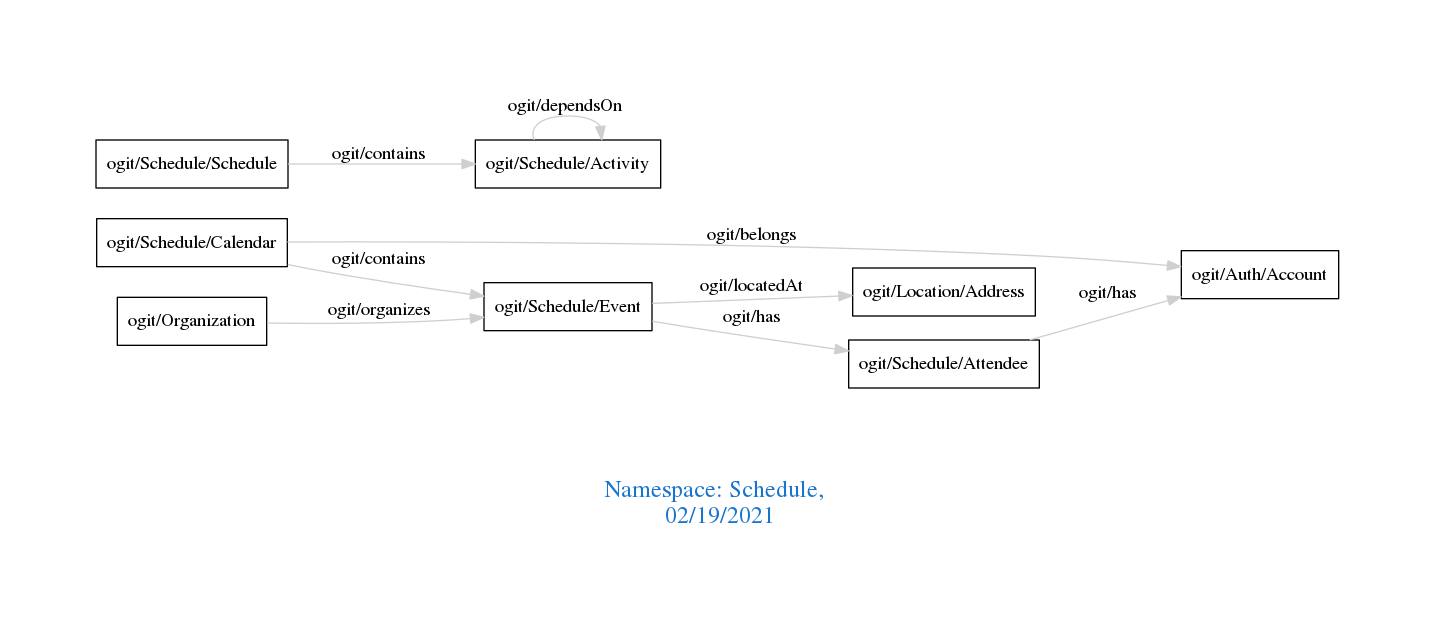
This is downloads/Schedule.png from arago/OGIT, a Graphviz export, as it was before one commit. Its source is kept beside it as downloads/Schedule.dot.
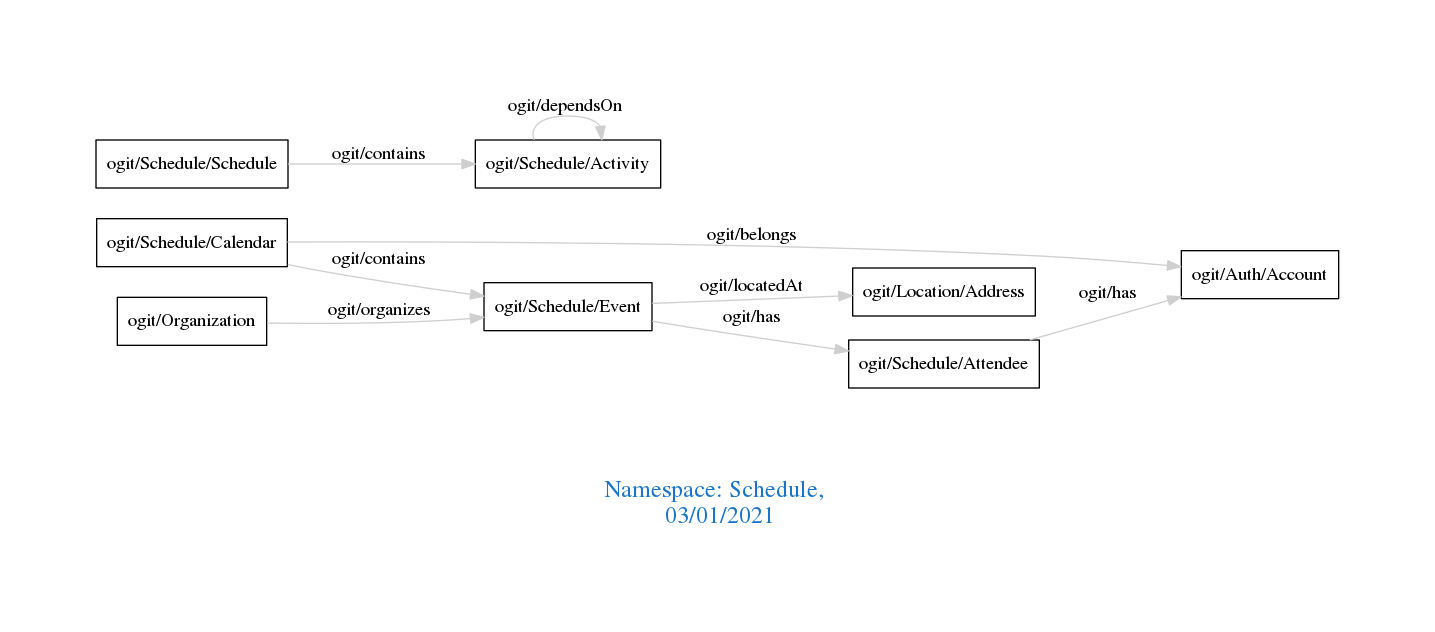
Above is the later version.

The edit, as a diff of the source:
```diff
@@ -1,7 +1,7 @@
 digraph OGIT_ontology {
  graph [ rankdir= LR,pad=1
 fontsize = 18,
-fontcolor= dodgerblue3,label = "\n\n\nNamespace: Schedule, \n 02/19/2021"];
+fontcolor= dodgerblue3,label = "\n\n\nNamespace: Schedule, \n 03/01/2021"];
 node[shape=polygon];
 edge [  color="gray81"];
 
```
